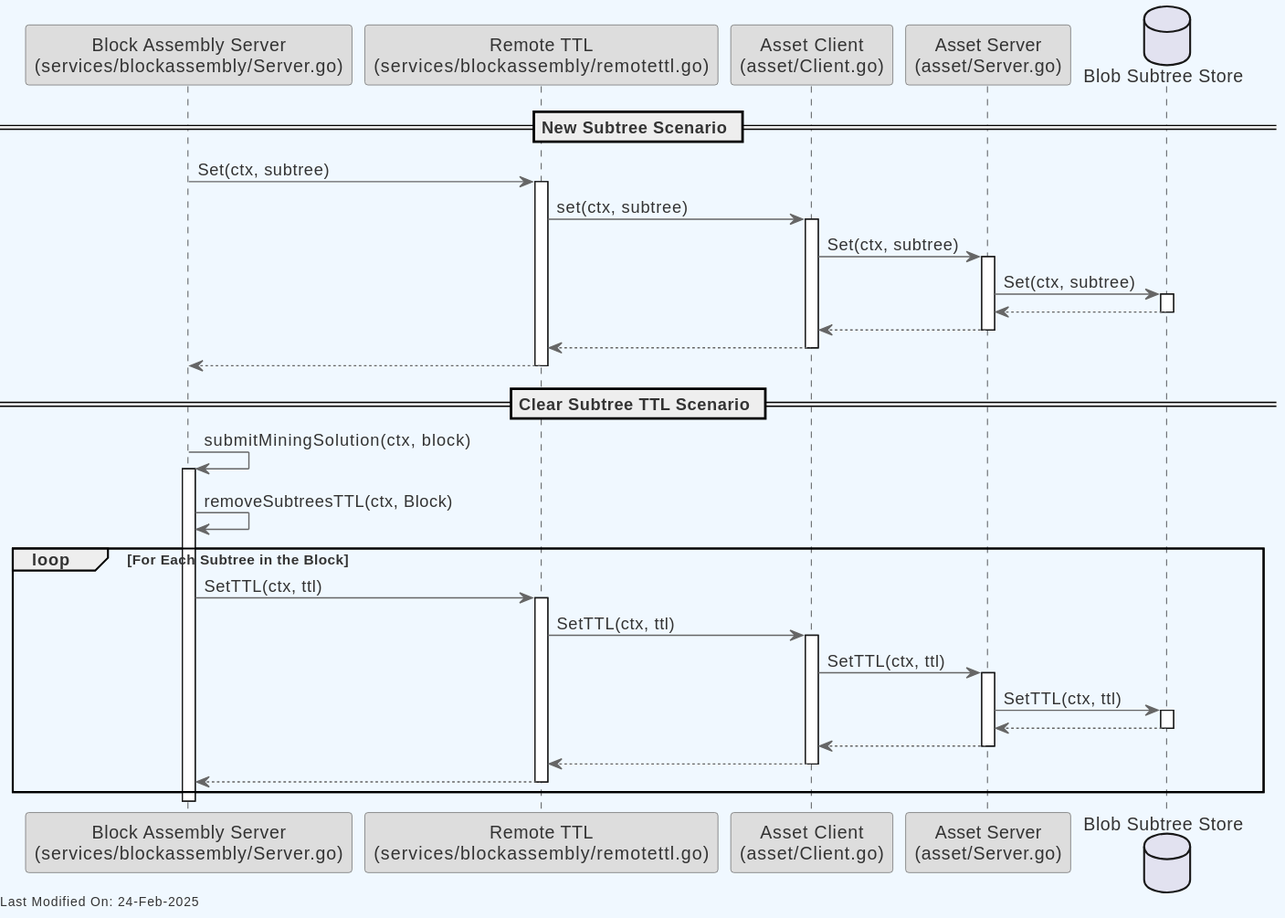
The PlantUML diagram docs/topics/services/img/plantuml/assetserver/asset_server_grpc_set_subtree.svg in freemans13/teranode, before a commit. Its source is kept beside it as docs/topics/services/img/plantuml/assetserver/asset_server_grpc_set_subtree.puml. Source of this version:
```plantuml
@startuml
skinparam backgroundColor #F0F8FF
skinparam defaultFontColor #333333
skinparam arrowColor #666666

skinparam entity {
  BorderColor #666666
  BackgroundColor #DDDDDD
}

skinparam control {
  BorderColor #666666
  BackgroundColor #DDDDDD
}

skinparam participant {
  BorderColor #666666
  BackgroundColor #DDDDDD
}



participant "Block Assembly Server\n(services/blockassembly/Server.go)" as BlockAssemblyServer
participant "Remote TTL\n(services/blockassembly/remotettl.go)" as RemoteTTL
participant "Asset Client\n(asset/Client.go)" as AssetClient
participant "Asset Server\n(asset/Server.go)" as AssetServer
database "Blob Subtree Store" as BlobStore

== New Subtree Scenario ==
BlockAssemblyServer -> RemoteTTL : Set(ctx, subtree)
activate RemoteTTL
RemoteTTL -> AssetClient : set(ctx, subtree)
activate AssetClient
AssetClient -> AssetServer : Set(ctx, subtree)
activate AssetServer
AssetServer -> BlobStore : Set(ctx, subtree)
activate BlobStore
BlobStore --> AssetServer
deactivate BlobStore
AssetServer --> AssetClient
deactivate AssetServer
AssetClient --> RemoteTTL
deactivate AssetClient
RemoteTTL --> BlockAssemblyServer
deactivate RemoteTTL

== Clear Subtree TTL Scenario ==
BlockAssemblyServer -> BlockAssemblyServer : submitMiningSolution(ctx, block)
activate BlockAssemblyServer
BlockAssemblyServer -> BlockAssemblyServer : removeSubtreesTTL(ctx, Block)
loop For Each Subtree in the Block
    BlockAssemblyServer -> RemoteTTL : SetTTL(ctx, ttl)
    activate RemoteTTL
    RemoteTTL -> AssetClient : SetTTL(ctx, ttl)
    activate AssetClient
    AssetClient -> AssetServer : SetTTL(ctx, ttl)
    activate AssetServer
    AssetServer -> BlobStore : SetTTL(ctx, ttl)
    activate BlobStore
    BlobStore --> AssetServer
    deactivate BlobStore
    AssetServer --> AssetClient
    deactivate AssetServer
    AssetClient --> RemoteTTL
    deactivate AssetClient
    RemoteTTL --> BlockAssemblyServer
    deactivate RemoteTTL
end
deactivate BlockAssemblyServer

left footer Last Modified On: %date("dd-MMM-yyyy")

@enduml
```
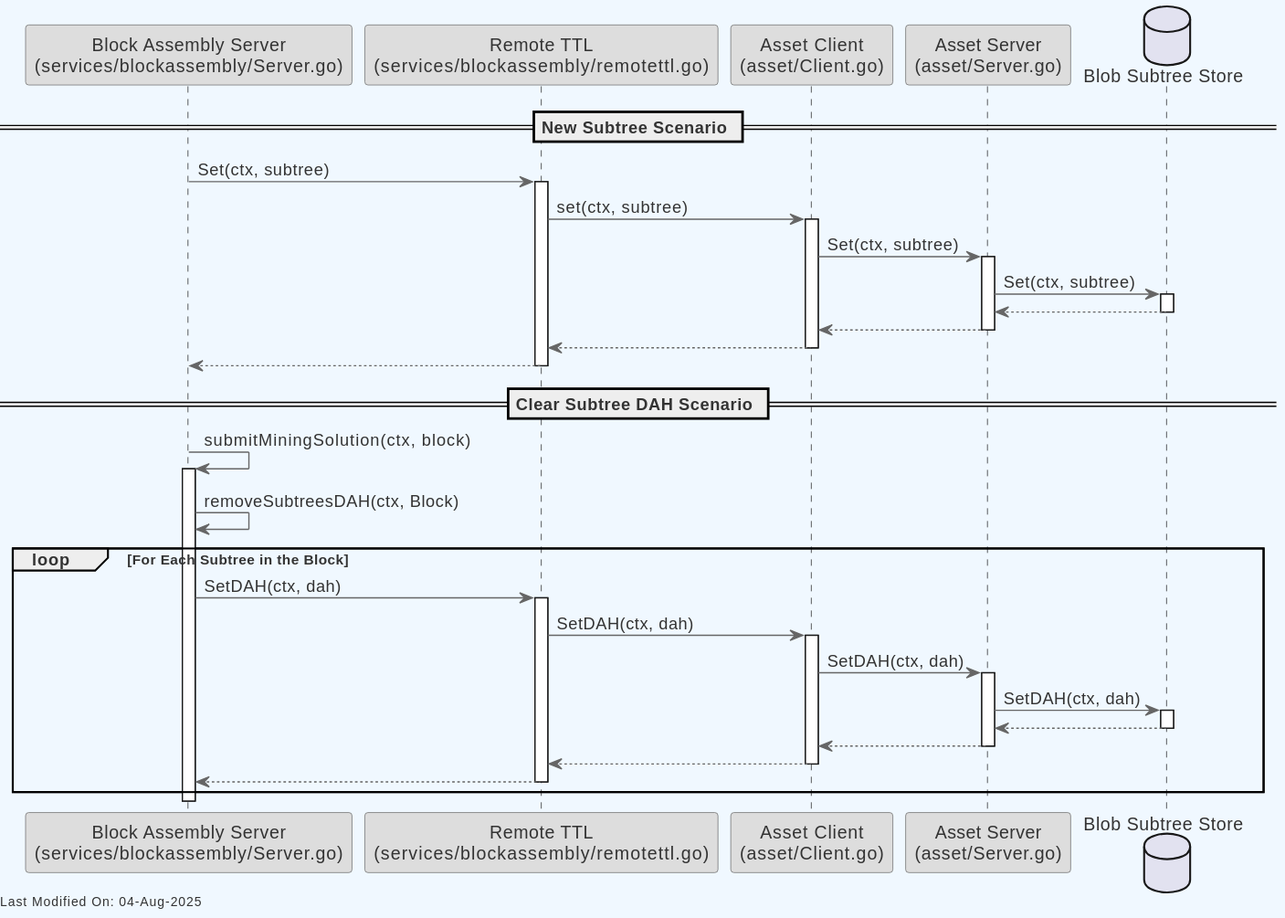
The same file after the commit.

Change to the diagram source:
```diff
@@ -44,18 +44,18 @@
 RemoteTTL --> BlockAssemblyServer
 deactivate RemoteTTL
 
-== Clear Subtree TTL Scenario ==
+== Clear Subtree DAH Scenario ==
 BlockAssemblyServer -> BlockAssemblyServer : submitMiningSolution(ctx, block)
 activate BlockAssemblyServer
-BlockAssemblyServer -> BlockAssemblyServer : removeSubtreesTTL(ctx, Block)
+BlockAssemblyServer -> BlockAssemblyServer : removeSubtreesDAH(ctx, Block)
 loop For Each Subtree in the Block
-    BlockAssemblyServer -> RemoteTTL : SetTTL(ctx, ttl)
+    BlockAssemblyServer -> RemoteTTL : SetDAH(ctx, dah)
     activate RemoteTTL
-    RemoteTTL -> AssetClient : SetTTL(ctx, ttl)
+    RemoteTTL -> AssetClient : SetDAH(ctx, dah)
     activate AssetClient
-    AssetClient -> AssetServer : SetTTL(ctx, ttl)
+    AssetClient -> AssetServer : SetDAH(ctx, dah)
     activate AssetServer
-    AssetServer -> BlobStore : SetTTL(ctx, ttl)
+    AssetServer -> BlobStore : SetDAH(ctx, dah)
     activate BlobStore
     BlobStore --> AssetServer
     deactivate BlobStore
```
